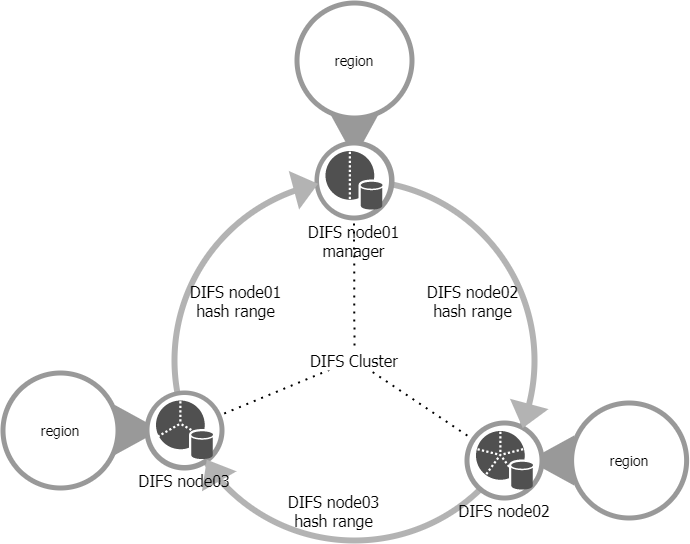
Above: img/acm21-ring00.png in uni2u/difs (draw.io), before the change. Source tidied: cells renumbered, new cells last; positions are measured from the earlier drawing's top-left corner, leaving out a move shared by most shapes. Source of this version:
```xml
<mxGraphModel>
  <root>
    <mxCell id="0" />
    <mxCell id="1" parent="0" />
    <mxCell id="2" style="ellipse;whiteSpace=wrap;html=1;fontFamily=Tahoma;fontSize=18;strokeWidth=6;strokeColor=#B3B3B3;fillColor=none;" parent="1" vertex="1">
      <mxGeometry x="174" y="180" width="360" height="360" as="geometry" />
    </mxCell>
    <mxCell id="3" style="endArrow=none;dashed=1;html=1;dashPattern=1 3;strokeWidth=2;fontFamily=Tahoma;fontSize=14;entryX=1;entryY=0;entryDx=0;entryDy=0;" parent="1" edge="1" source="20" target="26">
      <mxGeometry relative="1" as="geometry" />
    </mxCell>
    <mxCell id="4" style="endArrow=none;dashed=1;html=1;dashPattern=1 3;strokeWidth=2;fontFamily=Tahoma;fontSize=14;entryX=0.5;entryY=1;entryDx=0;entryDy=0;" parent="1" edge="1" source="22" target="26">
      <mxGeometry relative="1" as="geometry" />
    </mxCell>
    <mxCell id="5" style="endArrow=none;dashed=1;html=1;dashPattern=1 3;strokeWidth=2;fontFamily=Tahoma;fontSize=14;exitX=0;exitY=0;exitDx=0;exitDy=0;" parent="1" edge="1" source="26" target="21">
      <mxGeometry relative="1" as="geometry" />
    </mxCell>
    <mxCell id="6" style="triangle;whiteSpace=wrap;html=1;fillColor=#999999;strokeColor=none;rotation=-180;" parent="1" vertex="1">
      <mxGeometry x="528" y="435" width="45.6" height="50" as="geometry" />
    </mxCell>
    <mxCell id="7" style="triangle;whiteSpace=wrap;html=1;fillColor=#999999;strokeColor=none;rotation=0;" parent="1" vertex="1">
      <mxGeometry x="114.4" y="404.5" width="45.6" height="50" as="geometry" />
    </mxCell>
    <mxCell id="8" style="triangle;whiteSpace=wrap;html=1;fillColor=#999999;strokeColor=none;rotation=90;" parent="1" vertex="1">
      <mxGeometry x="331.2" y="110" width="45.6" height="50" as="geometry" />
    </mxCell>
    <mxCell id="9" style="ellipse;whiteSpace=wrap;html=1;fillColor=#999999;strokeColor=none;" parent="1" vertex="1">
      <mxGeometry x="314" y="140" width="80" height="80" as="geometry" />
    </mxCell>
    <mxCell id="10" style="ellipse;whiteSpace=wrap;html=1;fillColor=#999999;strokeColor=none;" parent="1" vertex="1">
      <mxGeometry x="464" y="420" width="80" height="80" as="geometry" />
    </mxCell>
    <mxCell id="11" style="ellipse;whiteSpace=wrap;html=1;fillColor=#999999;strokeColor=none;" parent="1" vertex="1">
      <mxGeometry x="144" y="390" width="80" height="80" as="geometry" />
    </mxCell>
    <mxCell id="12" style="ellipse;whiteSpace=wrap;html=1;fillColor=#999999;strokeColor=none;" parent="1" vertex="1">
      <mxGeometry x="294" width="120" height="120" as="geometry" />
    </mxCell>
    <mxCell id="13" value="region" style="ellipse;whiteSpace=wrap;html=1;strokeColor=none;fillColor=#FFFFFF;fontSize=14;fontFamily=Tahoma;" parent="1" vertex="1">
      <mxGeometry x="299" y="5" width="110" height="110" as="geometry" />
    </mxCell>
    <mxCell id="14" style="ellipse;whiteSpace=wrap;html=1;fillColor=#999999;strokeColor=none;" parent="1" vertex="1">
      <mxGeometry y="370" width="120" height="120" as="geometry" />
    </mxCell>
    <mxCell id="15" value="&lt;font style=&quot;font-size: 14px&quot; face=&quot;Tahoma&quot;&gt;region&lt;/font&gt;" style="ellipse;whiteSpace=wrap;html=1;strokeColor=none;fillColor=#FFFFFF;" parent="1" vertex="1">
      <mxGeometry x="5" y="375" width="110" height="110" as="geometry" />
    </mxCell>
    <mxCell id="16" style="ellipse;whiteSpace=wrap;html=1;fillColor=#999999;strokeColor=none;" parent="1" vertex="1">
      <mxGeometry x="568.6" y="400" width="120" height="120" as="geometry" />
    </mxCell>
    <mxCell id="17" value="region" style="ellipse;whiteSpace=wrap;html=1;strokeColor=none;fillColor=#FFFFFF;fontSize=14;fontFamily=Tahoma;" parent="1" vertex="1">
      <mxGeometry x="573.6" y="405" width="110" height="110" as="geometry" />
    </mxCell>
    <mxCell id="18" value="DIFS node01&lt;br&gt;manager" style="text;html=1;strokeColor=none;fillColor=none;align=center;verticalAlign=middle;whiteSpace=wrap;rounded=0;fontSize=16;fontFamily=Tahoma;" parent="1" vertex="1">
      <mxGeometry x="293" y="220" width="121" height="40" as="geometry" />
    </mxCell>
    <mxCell id="19" value="DIFS node02" style="text;html=1;strokeColor=none;fillColor=none;align=center;verticalAlign=middle;whiteSpace=wrap;rounded=0;fontSize=16;fontFamily=Tahoma;" parent="1" vertex="1">
      <mxGeometry x="444" y="500" width="120" height="20" as="geometry" />
    </mxCell>
    <mxCell id="20" style="ellipse;whiteSpace=wrap;html=1;strokeColor=none;fillColor=#FFFFFF;" parent="1" vertex="1">
      <mxGeometry x="149" y="394.5" width="70" height="70" as="geometry" />
    </mxCell>
    <mxCell id="21" style="ellipse;whiteSpace=wrap;html=1;strokeColor=none;fillColor=#FFFFFF;" parent="1" vertex="1">
      <mxGeometry x="469" y="425" width="70" height="70" as="geometry" />
    </mxCell>
    <mxCell id="22" style="ellipse;whiteSpace=wrap;html=1;strokeColor=none;fillColor=#FFFFFF;" parent="1" vertex="1">
      <mxGeometry x="318.5" y="145" width="70" height="70" as="geometry" />
    </mxCell>
    <mxCell id="23" style="shadow=0;dashed=0;html=1;strokeColor=none;fillColor=#505050;labelPosition=center;verticalLabelPosition=bottom;verticalAlign=top;align=center;shape=mxgraph.office.databases.database_partition_3;fontFamily=Tahoma;fontSize=14;" parent="1" vertex="1">
      <mxGeometry x="155.5" y="400" width="57" height="59" as="geometry" />
    </mxCell>
    <mxCell id="24" style="shadow=0;dashed=0;html=1;strokeColor=none;fillColor=#505050;labelPosition=center;verticalLabelPosition=bottom;verticalAlign=top;align=center;shape=mxgraph.office.databases.database_partition_5;fontFamily=Tahoma;fontSize=14;" parent="1" vertex="1">
      <mxGeometry x="475.5" y="430.5" width="57" height="59" as="geometry" />
    </mxCell>
    <mxCell id="25" style="shadow=0;dashed=0;html=1;strokeColor=none;fillColor=#505050;labelPosition=center;verticalLabelPosition=bottom;verticalAlign=top;align=center;shape=mxgraph.office.databases.database_partition_2;fontFamily=Tahoma;fontSize=14;" parent="1" vertex="1">
      <mxGeometry x="325" y="150.5" width="57" height="59" as="geometry" />
    </mxCell>
    <mxCell id="26" style="ellipse;whiteSpace=wrap;html=1;" parent="1" vertex="1">
      <mxGeometry x="351.5" y="357.5" width="5" height="5" as="geometry" />
    </mxCell>
    <mxCell id="27" value="DIFS Cluster" style="text;html=1;strokeColor=none;align=center;verticalAlign=middle;whiteSpace=wrap;rounded=0;dashed=1;fontFamily=Tahoma;fontSize=16;fillColor=#ffffff;" parent="1" vertex="1">
      <mxGeometry x="294" y="350" width="120" height="20" as="geometry" />
    </mxCell>
    <mxCell id="28" style="triangle;whiteSpace=wrap;html=1;dashed=1;fontFamily=Tahoma;fontSize=16;align=center;fontColor=#333333;strokeColor=none;fillColor=#B3B3B3;rotation=-15;" parent="1" vertex="1">
      <mxGeometry x="293" y="166.5" width="25" height="40" as="geometry" />
    </mxCell>
    <mxCell id="29" style="triangle;whiteSpace=wrap;html=1;dashed=1;fontFamily=Tahoma;fontSize=16;align=center;fontColor=#333333;strokeColor=none;fillColor=#B3B3B3;rotation=105;" parent="1" vertex="1">
      <mxGeometry x="513" y="395.5" width="25" height="40" as="geometry" />
    </mxCell>
    <mxCell id="30" style="triangle;whiteSpace=wrap;html=1;dashed=1;fontFamily=Tahoma;fontSize=16;align=center;fontColor=#333333;strokeColor=none;fillColor=#B3B3B3;rotation=-120;" parent="1" vertex="1">
      <mxGeometry x="200" y="450" width="25" height="40" as="geometry" />
    </mxCell>
    <mxCell id="31" value="DIFS node03" style="text;html=1;strokeColor=none;fillColor=none;align=center;verticalAlign=middle;whiteSpace=wrap;rounded=0;fontSize=16;fontFamily=Tahoma;" parent="1" vertex="1">
      <mxGeometry x="124" y="470" width="120" height="20" as="geometry" />
    </mxCell>
    <mxCell id="32" value="DIFS node02&lt;br&gt;hash range" style="text;html=1;strokeColor=none;fillColor=none;align=center;verticalAlign=middle;whiteSpace=wrap;rounded=0;fontSize=16;fontFamily=Tahoma;" parent="1" vertex="1">
      <mxGeometry x="411.5" y="280" width="121" height="40" as="geometry" />
    </mxCell>
    <mxCell id="33" value="DIFS node03&lt;br&gt;hash range" style="text;html=1;strokeColor=none;fillColor=none;align=center;verticalAlign=middle;whiteSpace=wrap;rounded=0;fontSize=16;fontFamily=Tahoma;" parent="1" vertex="1">
      <mxGeometry x="273" y="489.5" width="121" height="40" as="geometry" />
    </mxCell>
    <mxCell id="34" value="DIFS node01&lt;br&gt;hash range" style="text;html=1;strokeColor=none;fillColor=none;align=center;verticalAlign=middle;whiteSpace=wrap;rounded=0;fontSize=16;fontFamily=Tahoma;" parent="1" vertex="1">
      <mxGeometry x="175" y="280" width="121" height="40" as="geometry" />
    </mxCell>
  </root>
</mxGraphModel>
```
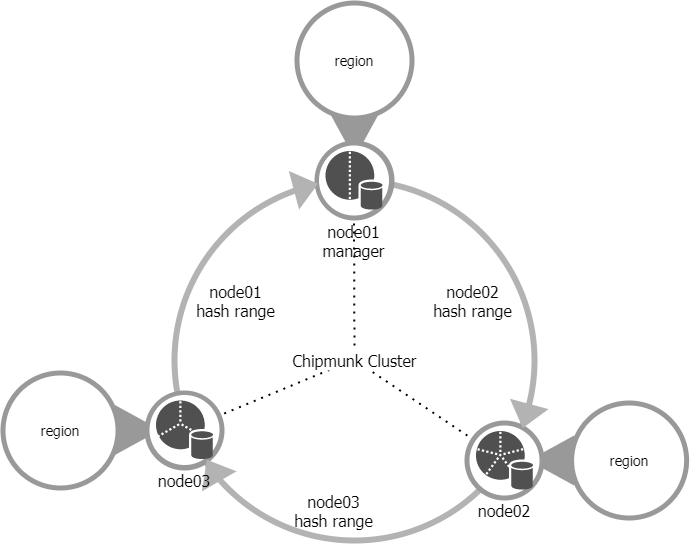
The same diagram one commit later.

What changed in the source:
```diff
@@ -50,10 +50,10 @@
     <mxCell id="17" value="region" style="ellipse;whiteSpace=wrap;html=1;strokeColor=none;fillColor=#FFFFFF;fontSize=14;fontFamily=Tahoma;" parent="1" vertex="1">
       <mxGeometry x="573.6" y="405" width="110" height="110" as="geometry" />
     </mxCell>
-    <mxCell id="18" value="DIFS node01&lt;br&gt;manager" style="text;html=1;strokeColor=none;fillColor=none;align=center;verticalAlign=middle;whiteSpace=wrap;rounded=0;fontSize=16;fontFamily=Tahoma;" parent="1" vertex="1">
+    <mxCell id="18" value="node01&lt;br&gt;manager" style="text;html=1;strokeColor=none;fillColor=none;align=center;verticalAlign=middle;whiteSpace=wrap;rounded=0;fontSize=16;fontFamily=Tahoma;" parent="1" vertex="1">
       <mxGeometry x="293" y="220" width="121" height="40" as="geometry" />
     </mxCell>
-    <mxCell id="19" value="DIFS node02" style="text;html=1;strokeColor=none;fillColor=none;align=center;verticalAlign=middle;whiteSpace=wrap;rounded=0;fontSize=16;fontFamily=Tahoma;" parent="1" vertex="1">
+    <mxCell id="19" value="node02" style="text;html=1;strokeColor=none;fillColor=none;align=center;verticalAlign=middle;whiteSpace=wrap;rounded=0;fontSize=16;fontFamily=Tahoma;" parent="1" vertex="1">
       <mxGeometry x="444" y="500" width="120" height="20" as="geometry" />
     </mxCell>
     <mxCell id="20" style="ellipse;whiteSpace=wrap;html=1;strokeColor=none;fillColor=#FFFFFF;" parent="1" vertex="1">
@@ -77,8 +77,8 @@
     <mxCell id="26" style="ellipse;whiteSpace=wrap;html=1;" parent="1" vertex="1">
       <mxGeometry x="351.5" y="357.5" width="5" height="5" as="geometry" />
     </mxCell>
-    <mxCell id="27" value="DIFS Cluster" style="text;html=1;strokeColor=none;align=center;verticalAlign=middle;whiteSpace=wrap;rounded=0;dashed=1;fontFamily=Tahoma;fontSize=16;fillColor=#ffffff;" parent="1" vertex="1">
-      <mxGeometry x="294" y="350" width="120" height="20" as="geometry" />
+    <mxCell id="27" value="Chipmunk Cluster" style="text;html=1;strokeColor=none;align=center;verticalAlign=middle;whiteSpace=wrap;rounded=0;dashed=1;fontFamily=Tahoma;fontSize=16;fillColor=#ffffff;" parent="1" vertex="1">
+      <mxGeometry x="281.5" y="350" width="145" height="20" as="geometry" />
     </mxCell>
     <mxCell id="28" style="triangle;whiteSpace=wrap;html=1;dashed=1;fontFamily=Tahoma;fontSize=16;align=center;fontColor=#333333;strokeColor=none;fillColor=#B3B3B3;rotation=-15;" parent="1" vertex="1">
       <mxGeometry x="293" y="166.5" width="25" height="40" as="geometry" />
@@ -89,16 +89,16 @@
     <mxCell id="30" style="triangle;whiteSpace=wrap;html=1;dashed=1;fontFamily=Tahoma;fontSize=16;align=center;fontColor=#333333;strokeColor=none;fillColor=#B3B3B3;rotation=-120;" parent="1" vertex="1">
       <mxGeometry x="200" y="450" width="25" height="40" as="geometry" />
     </mxCell>
-    <mxCell id="31" value="DIFS node03" style="text;html=1;strokeColor=none;fillColor=none;align=center;verticalAlign=middle;whiteSpace=wrap;rounded=0;fontSize=16;fontFamily=Tahoma;" parent="1" vertex="1">
+    <mxCell id="31" value="node03" style="text;html=1;strokeColor=none;fillColor=none;align=center;verticalAlign=middle;whiteSpace=wrap;rounded=0;fontSize=16;fontFamily=Tahoma;" parent="1" vertex="1">
       <mxGeometry x="124" y="470" width="120" height="20" as="geometry" />
     </mxCell>
-    <mxCell id="32" value="DIFS node02&lt;br&gt;hash range" style="text;html=1;strokeColor=none;fillColor=none;align=center;verticalAlign=middle;whiteSpace=wrap;rounded=0;fontSize=16;fontFamily=Tahoma;" parent="1" vertex="1">
+    <mxCell id="32" value="node02&lt;br&gt;hash range" style="text;html=1;strokeColor=none;fillColor=none;align=center;verticalAlign=middle;whiteSpace=wrap;rounded=0;fontSize=16;fontFamily=Tahoma;" parent="1" vertex="1">
       <mxGeometry x="411.5" y="280" width="121" height="40" as="geometry" />
     </mxCell>
-    <mxCell id="33" value="DIFS node03&lt;br&gt;hash range" style="text;html=1;strokeColor=none;fillColor=none;align=center;verticalAlign=middle;whiteSpace=wrap;rounded=0;fontSize=16;fontFamily=Tahoma;" parent="1" vertex="1">
+    <mxCell id="33" value="node03&lt;br&gt;hash range" style="text;html=1;strokeColor=none;fillColor=none;align=center;verticalAlign=middle;whiteSpace=wrap;rounded=0;fontSize=16;fontFamily=Tahoma;" parent="1" vertex="1">
       <mxGeometry x="273" y="489.5" width="121" height="40" as="geometry" />
     </mxCell>
-    <mxCell id="34" value="DIFS node01&lt;br&gt;hash range" style="text;html=1;strokeColor=none;fillColor=none;align=center;verticalAlign=middle;whiteSpace=wrap;rounded=0;fontSize=16;fontFamily=Tahoma;" parent="1" vertex="1">
+    <mxCell id="34" value="node01&lt;br&gt;hash range" style="text;html=1;strokeColor=none;fillColor=none;align=center;verticalAlign=middle;whiteSpace=wrap;rounded=0;fontSize=16;fontFamily=Tahoma;" parent="1" vertex="1">
       <mxGeometry x="175" y="280" width="121" height="40" as="geometry" />
     </mxCell>
   </root>
```
